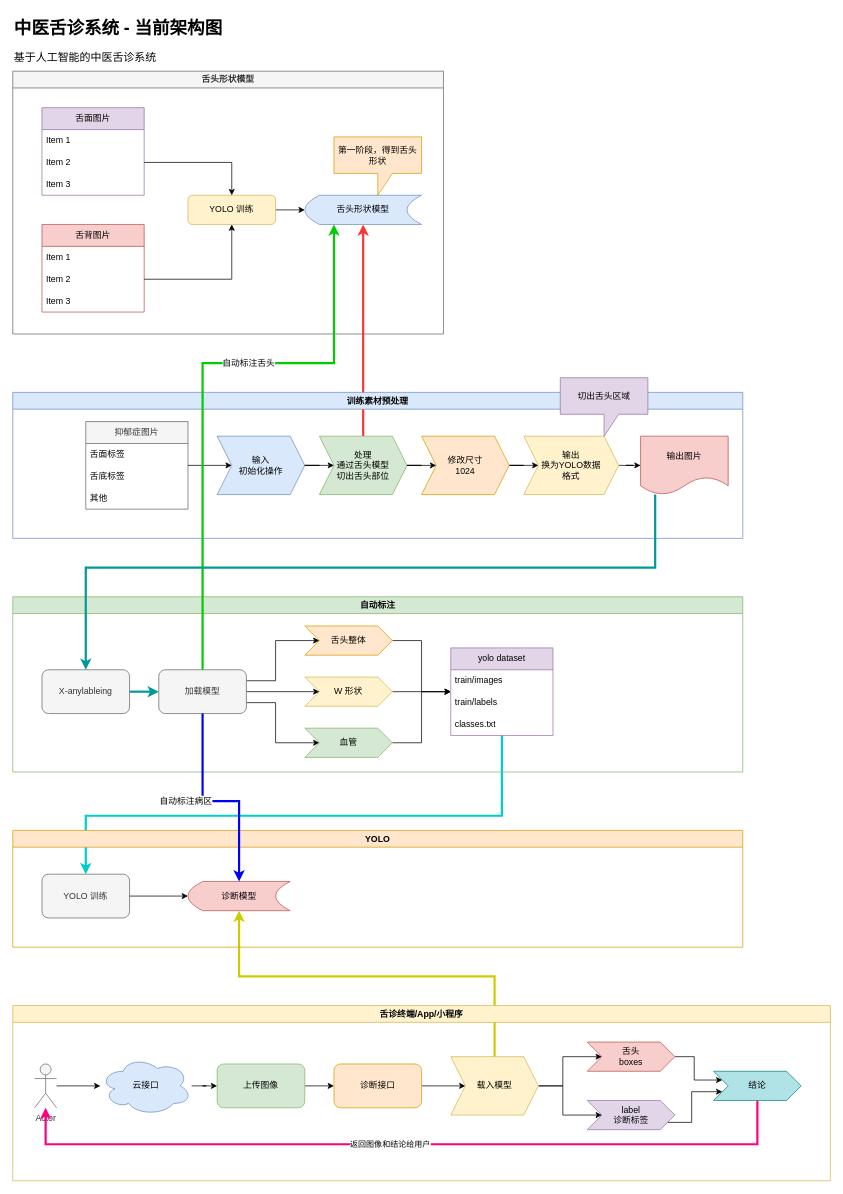
The draw.io diagram page "中医舌诊- 多标签方案" (6 of 9) of Python/ai/design.drawio in freebook/Developer, before the edit. Source tidied: cells renumbered, new cells numbered last; positions are measured from the earlier drawing's top-left corner, leaving out a move shared by most shapes. Both pictures are drawn from the tidied source at 73%, with x=0, y=0 at pixel (12, 12).
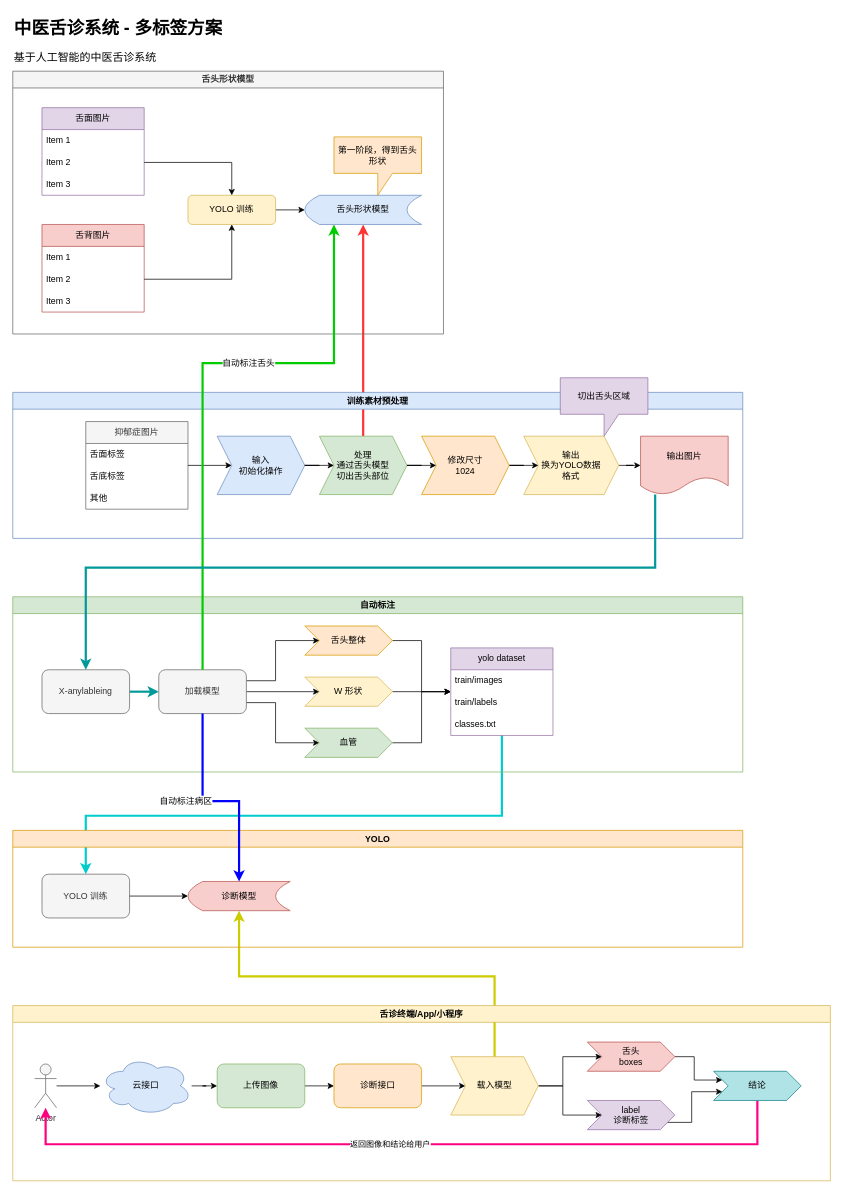
The same diagram, later.

Commit message (it also covers changes not shown here):
分类与标签

Diff of the diagram source:
```diff
@@
-    <mxCell id="79" value="&lt;h1 style=&quot;margin-top: 0px;&quot;&gt;中医舌诊系统 - 当前架构图&lt;/h1&gt;&lt;p&gt;&lt;font style=&quot;font-size: 15px;&quot;&gt;基于人工智能的中医舌诊系统&lt;/font&gt;&lt;/p&gt;" style="text;html=1;whiteSpace=wrap;overflow=hidden;rounded=0;" parent="1" vertex="1">
+    <mxCell id="79" value="&lt;h1 style=&quot;margin-top: 0px;&quot;&gt;中医舌诊系统 - 多标签方案&lt;/h1&gt;&lt;p&gt;&lt;font style=&quot;font-size: 15px;&quot;&gt;基于人工智能的中医舌诊系统&lt;/font&gt;&lt;/p&gt;" style="text;html=1;whiteSpace=wrap;overflow=hidden;rounded=0;" parent="1" vertex="1">
       <mxGeometry width="670" height="80" as="geometry" />
     </mxCell>
```
